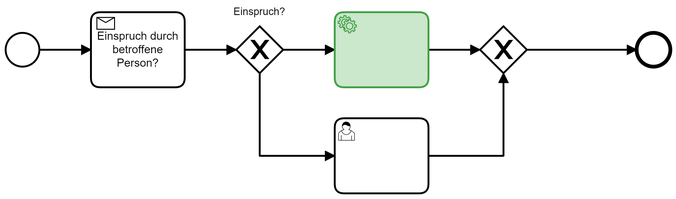
Before: models/gdpr-consent.png, a diagram exported from BPMN (viadee/bpmn.ai-patterns). Its source is kept beside it as models/gdpr-consent.bpmn. Ids are renumbered.
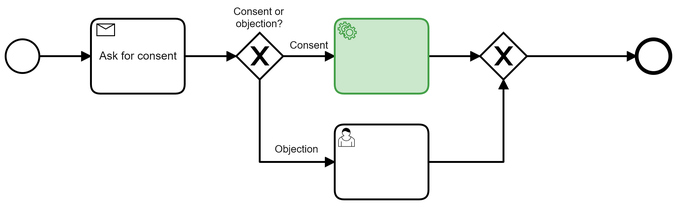
Later version of the same file.

What changed in the source:
```diff
@@ -6,7 +6,7 @@
     <bpmn:endEvent id="Event_n5">
       <bpmn:incoming>Flow_n6</bpmn:incoming>
     </bpmn:endEvent>
-    <bpmn:exclusiveGateway id="Gateway_n7" name="Einspruch?">
+    <bpmn:exclusiveGateway id="Gateway_n7" name="Consent or objection?">
       <bpmn:incoming>Flow_n8</bpmn:incoming>
       <bpmn:outgoing>Flow_n9</bpmn:outgoing>
       <bpmn:outgoing>Flow_n10</bpmn:outgoing>
@@ -24,49 +24,55 @@
       <bpmn:incoming>Flow_n9</bpmn:incoming>
       <bpmn:outgoing>Flow_n13</bpmn:outgoing>
     </bpmn:serviceTask>
-    <bpmn:receiveTask id="Activity_n16" name="Einspruch durch&#10;betroffene Person?">
+    <bpmn:receiveTask id="Activity_n16" name="Ask for consent">
       <bpmn:incoming>Flow_n4</bpmn:incoming>
       <bpmn:outgoing>Flow_n8</bpmn:outgoing>
     </bpmn:receiveTask>
     <bpmn:sequenceFlow id="Flow_n4" sourceRef="Event_n3" targetRef="Activity_n16" />
     <bpmn:sequenceFlow id="Flow_n6" sourceRef="Gateway_n11" targetRef="Event_n5" />
     <bpmn:sequenceFlow id="Flow_n8" sourceRef="Activity_n16" targetRef="Gateway_n7" />
-    <bpmn:sequenceFlow id="Flow_n9" sourceRef="Gateway_n7" targetRef="Activity_n15" />
-    <bpmn:sequenceFlow id="Flow_n10" sourceRef="Gateway_n7" targetRef="Activity_n14" />
+    <bpmn:sequenceFlow id="Flow_n9" name="Consent" sourceRef="Gateway_n7" targetRef="Activity_n15" />
+    <bpmn:sequenceFlow id="Flow_n10" name="Objection" sourceRef="Gateway_n7" targetRef="Activity_n14" />
     <bpmn:sequenceFlow id="Flow_n12" sourceRef="Activity_n14" targetRef="Gateway_n11" />
     <bpmn:sequenceFlow id="Flow_n13" sourceRef="Activity_n15" targetRef="Gateway_n11" />
   </bpmn:process>
   <bpmndi:BPMNDiagram id="BPMNDiagram_1">
     <bpmndi:BPMNPlane id="BPMNPlane_1" bpmnElement="Process_n2">
-      <bpmndi:BPMNEdge id="Flow_n4_di" bpmnElement="Flow_n4">
-        <di:waypoint x="215" y="130" />
-        <di:waypoint x="270" y="130" />
-      </bpmndi:BPMNEdge>
-      <bpmndi:BPMNEdge id="Flow_n6_di" bpmnElement="Flow_n6">
-        <di:waypoint x="735" y="130" />
-        <di:waypoint x="852" y="130" />
-      </bpmndi:BPMNEdge>
-      <bpmndi:BPMNEdge id="Flow_n8_di" bpmnElement="Flow_n8">
-        <di:waypoint x="370" y="130" />
-        <di:waypoint x="425" y="130" />
-      </bpmndi:BPMNEdge>
-      <bpmndi:BPMNEdge id="Flow_n9_di" bpmnElement="Flow_n9">
-        <di:waypoint x="475" y="130" />
-        <di:waypoint x="530" y="130" />
-      </bpmndi:BPMNEdge>
-      <bpmndi:BPMNEdge id="Flow_n10_di" bpmnElement="Flow_n10">
-        <di:waypoint x="450" y="155" />
-        <di:waypoint x="450" y="243" />
-        <di:waypoint x="530" y="243" />
+      <bpmndi:BPMNEdge id="Flow_n13_di" bpmnElement="Flow_n13">
+        <di:waypoint x="630" y="130" />
+        <di:waypoint x="685" y="130" />
       </bpmndi:BPMNEdge>
       <bpmndi:BPMNEdge id="Flow_n12_di" bpmnElement="Flow_n12">
         <di:waypoint x="630" y="243" />
         <di:waypoint x="710" y="243" />
         <di:waypoint x="710" y="155" />
       </bpmndi:BPMNEdge>
-      <bpmndi:BPMNEdge id="Flow_n13_di" bpmnElement="Flow_n13">
-        <di:waypoint x="630" y="130" />
-        <di:waypoint x="685" y="130" />
+      <bpmndi:BPMNEdge id="Flow_n10_di" bpmnElement="Flow_n10">
+        <di:waypoint x="450" y="155" />
+        <di:waypoint x="450" y="243" />
+        <di:waypoint x="530" y="243" />
+        <bpmndi:BPMNLabel>
+          <dc:Bounds x="466" y="223" width="47" height="14" />
+        </bpmndi:BPMNLabel>
+      </bpmndi:BPMNEdge>
+      <bpmndi:BPMNEdge id="Flow_n9_di" bpmnElement="Flow_n9">
+        <di:waypoint x="475" y="130" />
+        <di:waypoint x="530" y="130" />
+        <bpmndi:BPMNLabel>
+          <dc:Bounds x="482" y="112" width="42" height="14" />
+        </bpmndi:BPMNLabel>
+      </bpmndi:BPMNEdge>
+      <bpmndi:BPMNEdge id="Flow_n8_di" bpmnElement="Flow_n8">
+        <di:waypoint x="370" y="130" />
+        <di:waypoint x="425" y="130" />
+      </bpmndi:BPMNEdge>
+      <bpmndi:BPMNEdge id="Flow_n6_di" bpmnElement="Flow_n6">
+        <di:waypoint x="735" y="130" />
+        <di:waypoint x="852" y="130" />
+      </bpmndi:BPMNEdge>
+      <bpmndi:BPMNEdge id="Flow_n4_di" bpmnElement="Flow_n4">
+        <di:waypoint x="215" y="130" />
+        <di:waypoint x="270" y="130" />
       </bpmndi:BPMNEdge>
       <bpmndi:BPMNShape id="Event_n3_di" bpmnElement="Event_n3">
         <dc:Bounds x="179" y="112" width="36" height="36" />
@@ -77,7 +83,7 @@
       <bpmndi:BPMNShape id="Gateway_n7_di" bpmnElement="Gateway_n7" isMarkerVisible="true">
         <dc:Bounds x="425" y="105" width="50" height="50" />
         <bpmndi:BPMNLabel>
-          <dc:Bounds x="422" y="83" width="56" height="14" />
+          <dc:Bounds x="422" y="76" width="56" height="27" />
         </bpmndi:BPMNLabel>
       </bpmndi:BPMNShape>
       <bpmndi:BPMNShape id="Gateway_n11_di" bpmnElement="Gateway_n11" isMarkerVisible="true">
```
